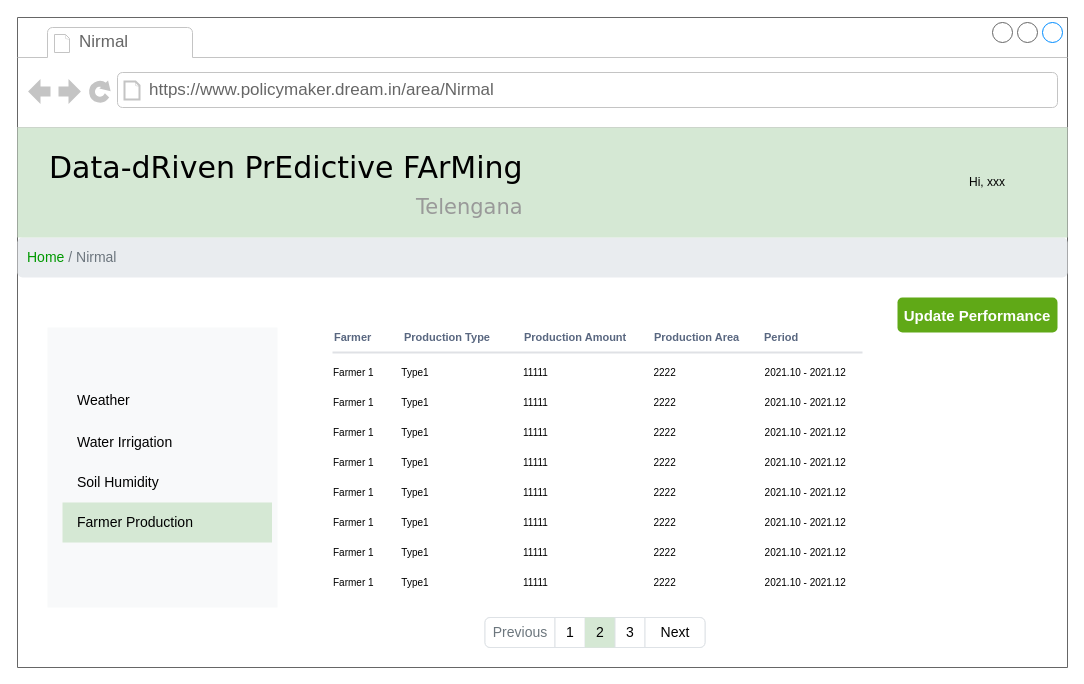
This is page "pm-area information" (9 of 26) of RASD/UML/User Interface.drawio from ictar/DREAM-SE2-Project-2022, a draw.io file, before an edit. Source tidied: cells renumbered, new cells numbered last; positions are measured from the earlier drawing's top-left corner, leaving out a move shared by most shapes. Both pictures are drawn from the tidied source at 100%, with x=0, y=0 at pixel (17, 17).
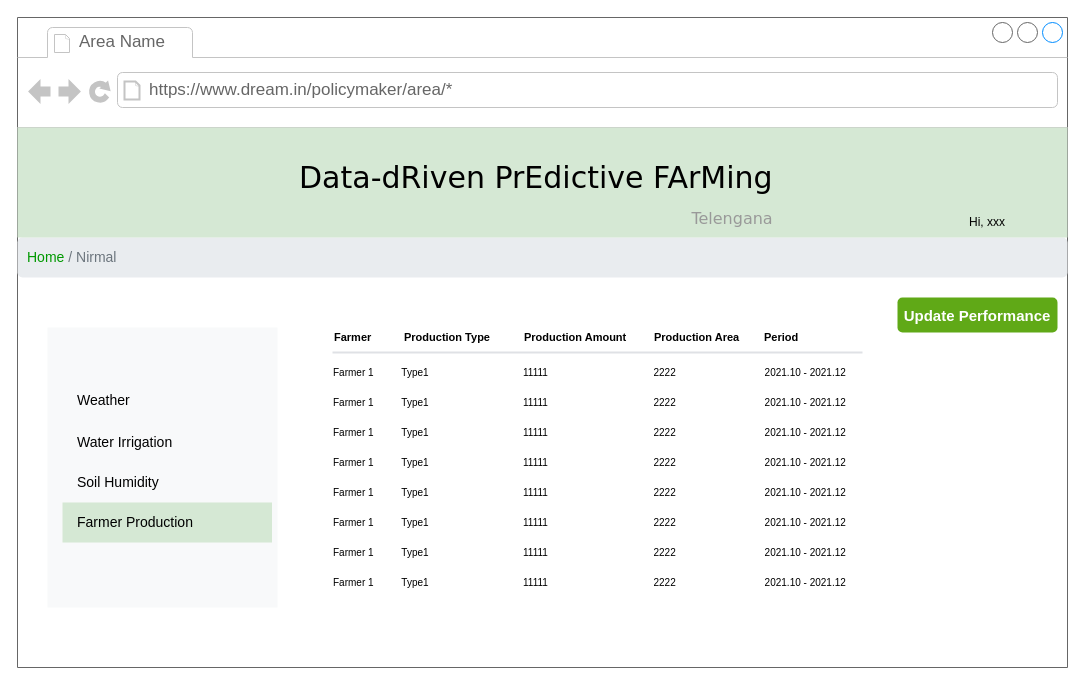
Above is the later version.

Unchanged cells that the change refers to:
```xml
<mxCell id="2" style="strokeWidth=1;shadow=0;dashed=0;align=center;html=1;shape=mxgraph.mockup.containers.browserWindow;rSize=0;strokeColor=none;mainText=,;rounded=0;labelBackgroundColor=none;fontFamily=Verdana;fontSize=12;" parent="1" vertex="1">
  <mxGeometry width="1050" height="650" as="geometry" />
</mxCell>
<mxCell id="10" style="group;" parent="2" vertex="1">
  <mxGeometry x="310" y="310" width="535" height="270" as="geometry" />
</mxCell>
<mxCell id="33" style="group;" parent="1" vertex="1">
  <mxGeometry y="110" width="1050" height="150" as="geometry" />
</mxCell>
```

Change to the diagram source:
```diff
@@
-    <mxCell id="3" value="Nirmal" style="strokeWidth=1;shadow=0;dashed=0;align=center;html=1;shape=mxgraph.mockup.containers.anchor;fontSize=17;fontColor=#666666;align=left;" parent="2" vertex="1">
+    <mxCell id="3" value="Area Name" style="strokeWidth=1;shadow=0;dashed=0;align=center;html=1;shape=mxgraph.mockup.containers.anchor;fontSize=17;fontColor=#666666;align=left;" parent="2" vertex="1">
       <mxGeometry x="60" y="12" width="110" height="26" as="geometry" />
     </mxCell>
-    <mxCell id="4" value="https://www.policymaker.dream.in/area/Nirmal" style="strokeWidth=1;shadow=0;dashed=0;align=center;html=1;shape=mxgraph.mockup.containers.anchor;rSize=0;fontSize=17;fontColor=#666666;align=left;" parent="2" vertex="1">
-      <mxGeometry x="130" y="60" width="250" height="26" as="geometry" />
+    <mxCell id="4" value="https://www.dream.in/policymaker/area/*" style="strokeWidth=1;shadow=0;dashed=0;align=center;html=1;shape=mxgraph.mockup.containers.anchor;rSize=0;fontSize=17;fontColor=#666666;align=left;" parent="2" vertex="1">
+      <mxGeometry x="130" y="60" width="410" height="26" as="geometry" />
     </mxCell>
@@
-    <mxCell id="11" value="Production Type" style="html=1;fillColor=none;strokeColor=none;fontSize=11;align=left;fontColor=#596780;fontStyle=1;whiteSpace=wrap;" parent="10" vertex="1">
+    <mxCell id="11" value="&lt;font color=&quot;#000000&quot;&gt;Production Type&lt;/font&gt;" style="html=1;fillColor=none;strokeColor=none;fontSize=11;align=left;fontColor=#596780;fontStyle=1;whiteSpace=wrap;" parent="10" vertex="1">
       <mxGeometry x="75" width="90" height="20" as="geometry" />
     </mxCell>
-    <mxCell id="12" value="Production Amount" style="html=1;fillColor=none;strokeColor=none;fontSize=11;align=left;fontColor=#596780;fontStyle=1;whiteSpace=wrap;" parent="10" vertex="1">
+    <mxCell id="12" value="&lt;font color=&quot;#000000&quot;&gt;Production Amount&lt;/font&gt;" style="html=1;fillColor=none;strokeColor=none;fontSize=11;align=left;fontColor=#596780;fontStyle=1;whiteSpace=wrap;" parent="10" vertex="1">
       <mxGeometry x="195" width="120" height="20" as="geometry" />
     </mxCell>
-    <mxCell id="13" value="Production Area" style="html=1;fillColor=none;strokeColor=none;fontSize=11;align=left;fontColor=#596780;fontStyle=1;whiteSpace=wrap;" parent="10" vertex="1">
+    <mxCell id="13" value="&lt;font color=&quot;#000000&quot;&gt;Production Area&lt;/font&gt;" style="html=1;fillColor=none;strokeColor=none;fontSize=11;align=left;fontColor=#596780;fontStyle=1;whiteSpace=wrap;" parent="10" vertex="1">
       <mxGeometry x="325" width="90" height="20" as="geometry" />
     </mxCell>
@@
-    <mxCell id="15" value="Period" style="html=1;fillColor=none;strokeColor=none;fontSize=11;align=left;fontColor=#596780;fontStyle=1;whiteSpace=wrap;" parent="10" vertex="1">
+    <mxCell id="15" value="&lt;font color=&quot;#000000&quot;&gt;Period&lt;/font&gt;" style="html=1;fillColor=none;strokeColor=none;fontSize=11;align=left;fontColor=#596780;fontStyle=1;whiteSpace=wrap;" parent="10" vertex="1">
       <mxGeometry x="435" width="60" height="20" as="geometry" />
     </mxCell>
-    <mxCell id="16" value="Farmer" style="html=1;fillColor=none;strokeColor=none;fontSize=11;align=left;fontColor=#596780;fontStyle=1;whiteSpace=wrap;" parent="10" vertex="1">
+    <mxCell id="16" value="&lt;font color=&quot;#000000&quot;&gt;Farmer&lt;/font&gt;" style="html=1;fillColor=none;strokeColor=none;fontSize=11;align=left;fontColor=#596780;fontStyle=1;whiteSpace=wrap;" parent="10" vertex="1">
       <mxGeometry x="5" width="50" height="20" as="geometry" />
     </mxCell>
@@
-    <mxCell id="26" style="html=1;shadow=0;dashed=0;shape=mxgraph.bootstrap.rrect;rSize=5;strokeColor=#DEE2E6;html=1;whiteSpace=wrap;fillColor=#ffffff;fontColor=#000000;fontSize=14;" parent="2" vertex="1">
-      <mxGeometry x="467.5" y="600" width="220" height="30" as="geometry" />
-    </mxCell>
-    <mxCell id="27" value="Previous" style="strokeColor=inherit;fillColor=inherit;gradientColor=inherit;html=1;shadow=0;dashed=0;shape=mxgraph.bootstrap.leftButton;rSize=5;perimeter=none;whiteSpace=wrap;fontColor=#6C767D;fontSize=14;" parent="26" vertex="1">
-      <mxGeometry width="70" height="30" relative="1" as="geometry" />
-    </mxCell>
-    <mxCell id="28" value="1" style="strokeColor=inherit;fillColor=inherit;gradientColor=inherit;fontColor=inherit;html=1;shadow=0;dashed=0;perimeter=none;whiteSpace=wrap;fontSize=14;" parent="26" vertex="1">
-      <mxGeometry width="30" height="30" relative="1" as="geometry">
-        <mxPoint x="70" as="offset" />
-      </mxGeometry>
-    </mxCell>
-    <mxCell id="29" value="2" style="html=1;shadow=0;dashed=0;perimeter=none;whiteSpace=wrap;fillColor=#d5e8d4;strokeColor=none;fontSize=14;" parent="26" vertex="1">
-      <mxGeometry width="30" height="30" relative="1" as="geometry">
-        <mxPoint x="100" as="offset" />
-      </mxGeometry>
-    </mxCell>
-    <mxCell id="30" value="3" style="strokeColor=inherit;fillColor=inherit;gradientColor=inherit;fontColor=inherit;html=1;shadow=0;dashed=0;perimeter=none;whiteSpace=wrap;fontSize=14;" parent="26" vertex="1">
-      <mxGeometry width="30" height="30" relative="1" as="geometry">
-        <mxPoint x="130" as="offset" />
-      </mxGeometry>
-    </mxCell>
-    <mxCell id="31" value="Next" style="strokeColor=inherit;fillColor=inherit;gradientColor=inherit;fontColor=inherit;html=1;shadow=0;dashed=0;shape=mxgraph.bootstrap.rightButton;rSize=5;perimeter=none;whiteSpace=wrap;fontSize=14;" parent="26" vertex="1">
-      <mxGeometry x="1" width="60" height="30" relative="1" as="geometry">
-        <mxPoint x="-60" as="offset" />
-      </mxGeometry>
-    </mxCell>
@@
-    <mxCell id="35" value="Data-dRiven PrEdictive FArMing&lt;br&gt;&lt;div style=&quot;text-align: right&quot;&gt;&lt;font style=&quot;font-size: 21px&quot; color=&quot;#999999&quot;&gt;Telengana&lt;/font&gt;&lt;/div&gt;" style="text;html=1;align=left;verticalAlign=top;spacingTop=-4;fontSize=30;fontFamily=Verdana;" parent="33" vertex="1">
-      <mxGeometry x="30" y="20" width="480" height="70" as="geometry" />
+    <mxCell id="35" value="Data-dRiven PrEdictive FArMing&lt;br&gt;&lt;div style=&quot;text-align: right&quot;&gt;&lt;font style=&quot;font-size: 16px&quot; color=&quot;#999999&quot;&gt;Telengana&lt;/font&gt;&lt;/div&gt;" style="text;html=1;align=left;verticalAlign=top;spacingTop=-4;fontSize=30;fontFamily=Verdana;" parent="33" vertex="1">
+      <mxGeometry x="280" y="30" width="480" height="70" as="geometry" />
     </mxCell>
-    <mxCell id="36" value="Hi, xxx" style="text;html=1;strokeColor=none;fillColor=none;align=center;verticalAlign=middle;whiteSpace=wrap;rounded=0;fontSize=12;fontColor=#000000;" parent="1" vertex="1">
-      <mxGeometry x="940" y="150" width="60" height="30" as="geometry" />
+    <mxCell id="36" value="Hi, xxx" style="text;html=1;strokeColor=none;fillColor=none;align=center;verticalAlign=middle;whiteSpace=wrap;rounded=0;fontSize=12;fontColor=#000000;" parent="33" vertex="1">
+      <mxGeometry x="940" y="80" width="60" height="30" as="geometry" />
     </mxCell>
```
